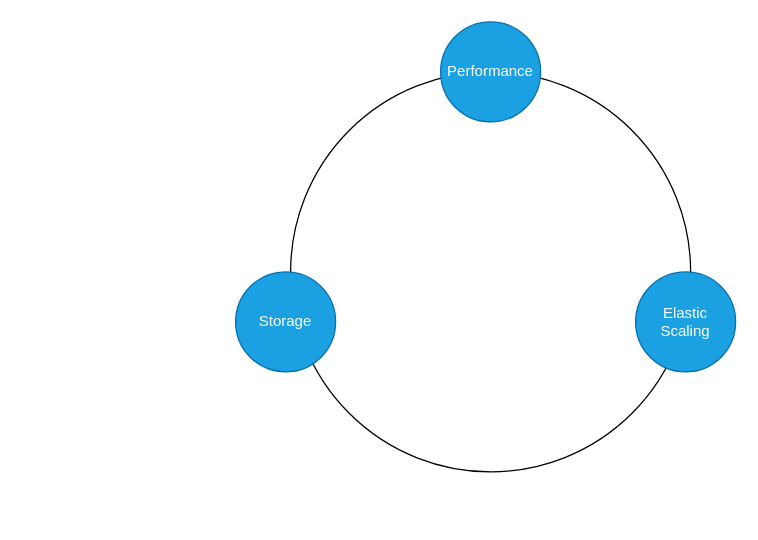
This is doc/databend-advantage.drawio from jackjoesh/databend, a draw.io file, before an edit. Source tidied: cells renumbered, new cells numbered last; positions are measured from the earlier drawing's top-left corner, leaving out a move shared by most shapes. Both pictures are drawn from the tidied source at 125%, with x=0, y=0 at pixel (235, 21). Pictures stored in the file or linked from it are replaced by grey dashed boxes.
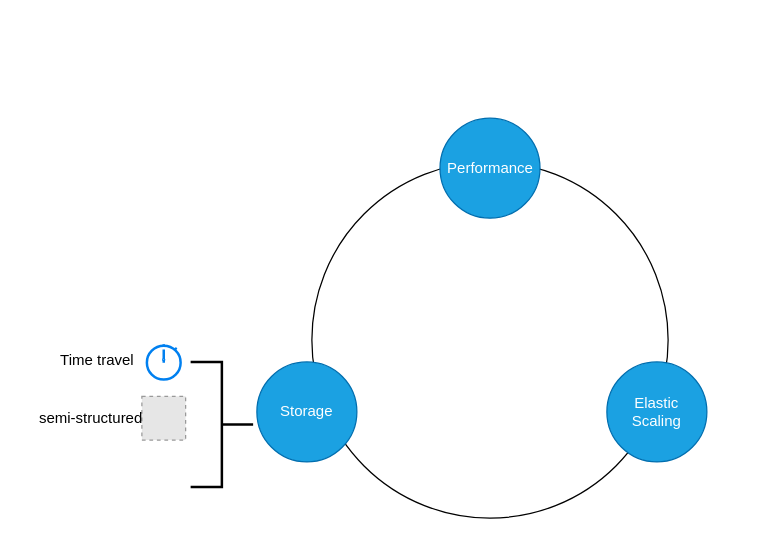
The same diagram, later.

Diff of the diagram source:
```diff
@@
 <mxGraphModel>
   <root>
     <mxCell id="0" />
     <mxCell id="1" parent="0" />
     <mxCell id="2" style="ellipse;whiteSpace=wrap;html=1;" parent="1" vertex="1">
-      <mxGeometry x="44" y="40" width="320" height="320" as="geometry" />
+      <mxGeometry x="61" y="112" width="285" height="285" as="geometry" />
     </mxCell>
     <mxCell id="3" value="Performance" style="ellipse;whiteSpace=wrap;html=1;fillColor=#1ba1e2;fontColor=#ffffff;strokeColor=#006EAF;" parent="1" vertex="1">
-      <mxGeometry x="164" width="80" height="80" as="geometry" />
+      <mxGeometry x="163.5" y="77" width="80" height="80" as="geometry" />
     </mxCell>
     <mxCell id="4" value="Storage" style="ellipse;whiteSpace=wrap;html=1;fillColor=#1ba1e2;fontColor=#ffffff;strokeColor=#006EAF;" parent="1" vertex="1">
-      <mxGeometry y="200" width="80" height="80" as="geometry" />
+      <mxGeometry x="17" y="272" width="80" height="80" as="geometry" />
     </mxCell>
     <mxCell id="5" value="Elastic Scaling" style="ellipse;whiteSpace=wrap;html=1;fillColor=#1ba1e2;fontColor=#ffffff;strokeColor=#006EAF;" parent="1" vertex="1">
-      <mxGeometry x="320" y="200" width="80" height="80" as="geometry" />
+      <mxGeometry x="297" y="272" width="80" height="80" as="geometry" />
     </mxCell>
+    <mxCell id="6" style="strokeWidth=2;html=1;shape=mxgraph.flowchart.annotation_2;align=left;labelPosition=right;rotation=180;" parent="1" vertex="1">
+      <mxGeometry x="-36" y="272" width="50" height="100" as="geometry" />
+    </mxCell>
+    <mxCell id="7" style="html=1;verticalLabelPosition=bottom;align=center;labelBackgroundColor=#ffffff;verticalAlign=top;strokeWidth=2;strokeColor=#0080F0;shadow=0;dashed=0;shape=mxgraph.ios7.icons.stopwatch;" parent="1" vertex="1">
+      <mxGeometry x="-71" y="257.9" width="27" height="28.2" as="geometry" />
+    </mxCell>
+    <mxCell id="8" value="Time travel" style="text;html=1;align=center;verticalAlign=middle;strokeColor=none;fillColor=none;" parent="1" vertex="1">
+      <mxGeometry x="-151" y="256.1" width="80" height="30" as="geometry" />
+    </mxCell>
+    <mxCell id="9" style="fillColor=#E6E6E6;strokeColor=#999999;dashed=1;verticalLabelPosition=bottom;labelBackgroundColor=default;verticalAlign=top;" parent="1" vertex="1">
+      <mxGeometry x="-75" y="299.5" width="35" height="35" as="geometry" />
+    </mxCell>
+    <mxCell id="10" value="semi-structured" style="text;html=1;align=center;verticalAlign=middle;strokeColor=none;fillColor=none;" parent="1" vertex="1">
+      <mxGeometry x="-171" y="302" width="110" height="30" as="geometry" />
+    </mxCell>
   </root>
 </mxGraphModel>
```
